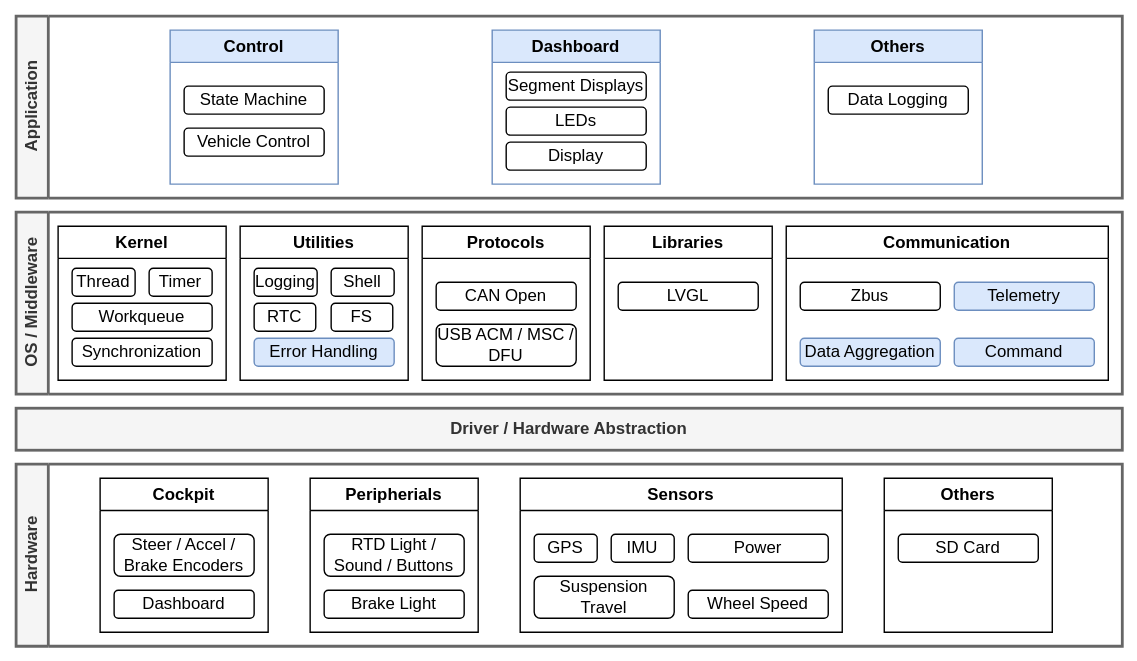
NTURacingTeam/nturt_zephyr_common keeps this draw.io diagram as doc/_static/images/architecture.svg. Above is the earlier version. Source tidied: cells renumbered, new cells last; positions are measured from the earlier drawing's top-left corner, leaving out a move shared by most shapes.
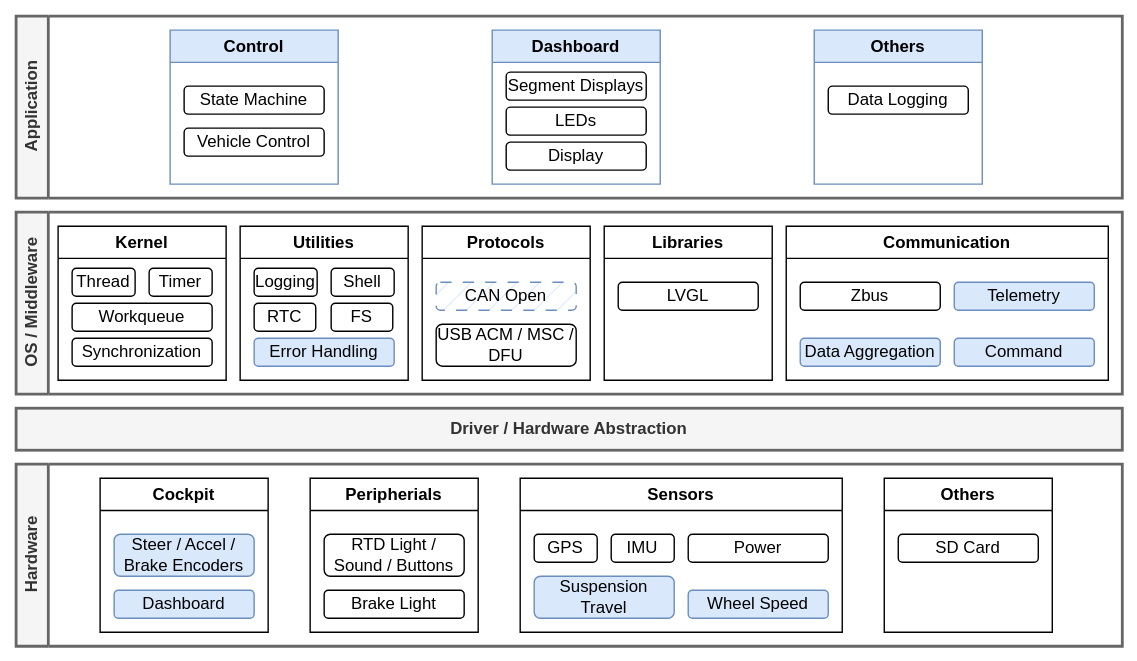
Later version of the same file.

The edit, as a diff of the source:
```diff
@@ -8,10 +8,10 @@
     <mxCell id="3" value="Cockpit" style="swimlane;whiteSpace=wrap;html=1;shadow=0;" parent="2" vertex="1">
       <mxGeometry x="60" y="10" width="120" height="110" as="geometry" />
     </mxCell>
-    <mxCell id="4" value="Steer / Accel / Brake Encoders" style="rounded=1;whiteSpace=wrap;html=1;" parent="3" vertex="1">
+    <mxCell id="4" value="Steer / Accel / Brake Encoders" style="rounded=1;whiteSpace=wrap;html=1;fillColor=#dae8fc;strokeColor=#6c8ebf;" parent="3" vertex="1">
       <mxGeometry x="10" y="40" width="100" height="30" as="geometry" />
     </mxCell>
-    <mxCell id="5" value="Dashboard" style="rounded=1;whiteSpace=wrap;html=1;" parent="3" vertex="1">
+    <mxCell id="5" value="Dashboard" style="rounded=1;whiteSpace=wrap;html=1;fillColor=#dae8fc;strokeColor=#6c8ebf;" parent="3" vertex="1">
       <mxGeometry x="10" y="80" width="100" height="20" as="geometry" />
     </mxCell>
     <mxCell id="6" value="Peripherials" style="swimlane;whiteSpace=wrap;html=1;" parent="2" vertex="1">
@@ -29,7 +29,7 @@
     <mxCell id="10" value="GPS" style="rounded=1;whiteSpace=wrap;html=1;" parent="9" vertex="1">
       <mxGeometry x="10" y="40" width="45" height="20" as="geometry" />
     </mxCell>
-    <mxCell id="11" value="Suspension Travel" style="rounded=1;whiteSpace=wrap;html=1;" parent="9" vertex="1">
+    <mxCell id="11" value="Suspension Travel" style="rounded=1;whiteSpace=wrap;html=1;fillColor=#dae8fc;strokeColor=#6c8ebf;" parent="9" vertex="1">
       <mxGeometry x="10" y="70" width="100" height="30" as="geometry" />
     </mxCell>
     <mxCell id="12" value="IMU" style="rounded=1;whiteSpace=wrap;html=1;" parent="9" vertex="1">
@@ -38,7 +38,7 @@
     <mxCell id="13" value="Power" style="rounded=1;whiteSpace=wrap;html=1;" parent="9" vertex="1">
       <mxGeometry x="120" y="40" width="100" height="20" as="geometry" />
     </mxCell>
-    <mxCell id="14" value="Wheel Speed" style="rounded=1;whiteSpace=wrap;html=1;" parent="9" vertex="1">
+    <mxCell id="14" value="Wheel Speed" style="rounded=1;whiteSpace=wrap;html=1;fillColor=#dae8fc;strokeColor=#6c8ebf;" parent="9" vertex="1">
       <mxGeometry x="120" y="80" width="100" height="20" as="geometry" />
     </mxCell>
     <mxCell id="15" value="Others" style="swimlane;whiteSpace=wrap;html=1;" parent="2" vertex="1">
@@ -86,7 +86,7 @@
     <mxCell id="29" value="Protocols" style="swimlane;whiteSpace=wrap;html=1;startSize=23;" parent="17" vertex="1">
       <mxGeometry x="290" y="10" width="120" height="110" as="geometry" />
     </mxCell>
-    <mxCell id="30" value="CAN Open" style="rounded=1;whiteSpace=wrap;html=1;fillStyle=auto;" parent="29" vertex="1">
+    <mxCell id="30" value="CAN Open" style="rounded=1;whiteSpace=wrap;html=1;fillStyle=hatch;fillColor=#dae8fc;strokeColor=#6c8ebf;dashed=1;dashPattern=8 8;" parent="29" vertex="1">
       <mxGeometry x="10" y="40" width="100" height="20" as="geometry" />
     </mxCell>
     <mxCell id="31" value="USB ACM / MSC / DFU" style="rounded=1;whiteSpace=wrap;html=1;" parent="29" vertex="1">
```
